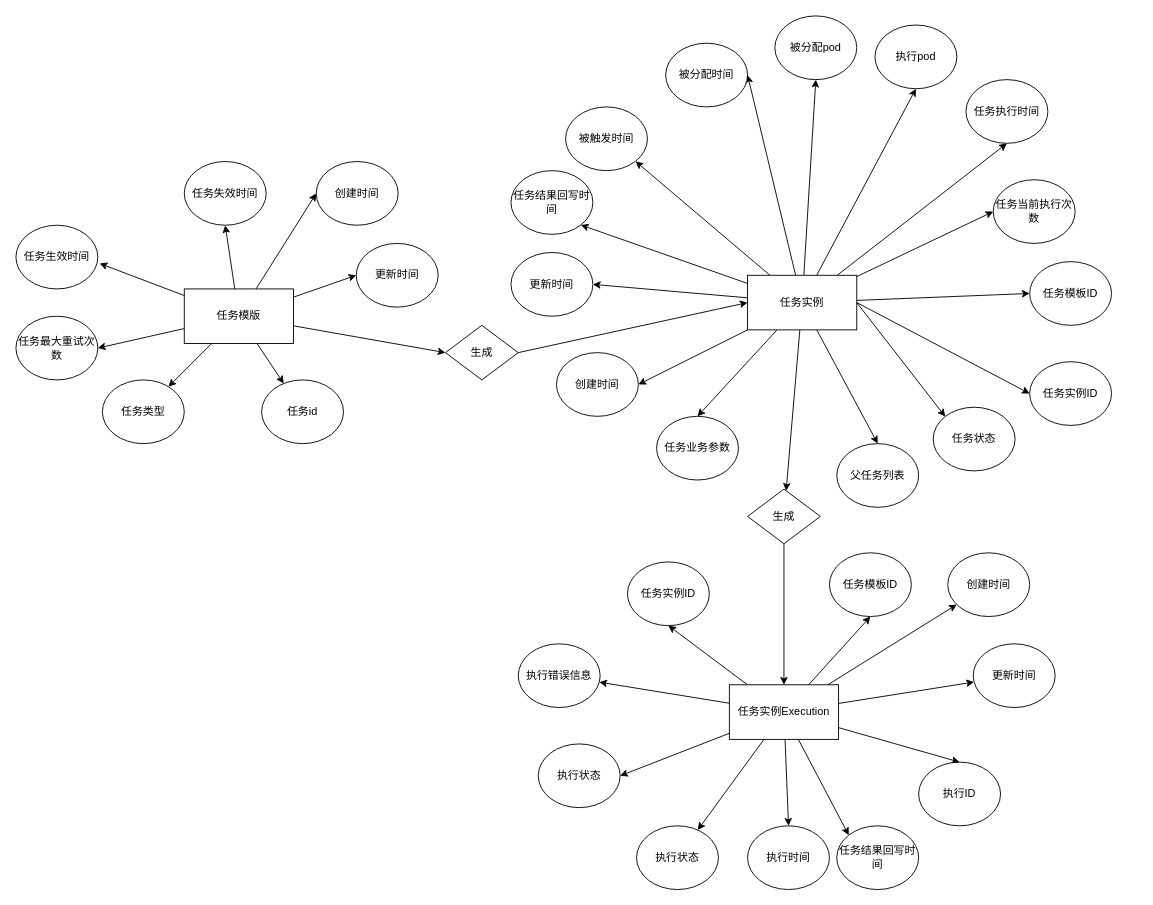
Earlier version of the draw.io diagram 顺序任务.drawio (DotDotGeng/drawio_pic). Source tidied: cells renumbered, new cells numbered last; positions are measured from the earlier drawing's top-left corner, leaving out a move shared by most shapes. Both pictures are drawn from the tidied source at 91%, with x=0, y=0 at pixel (15, 15).
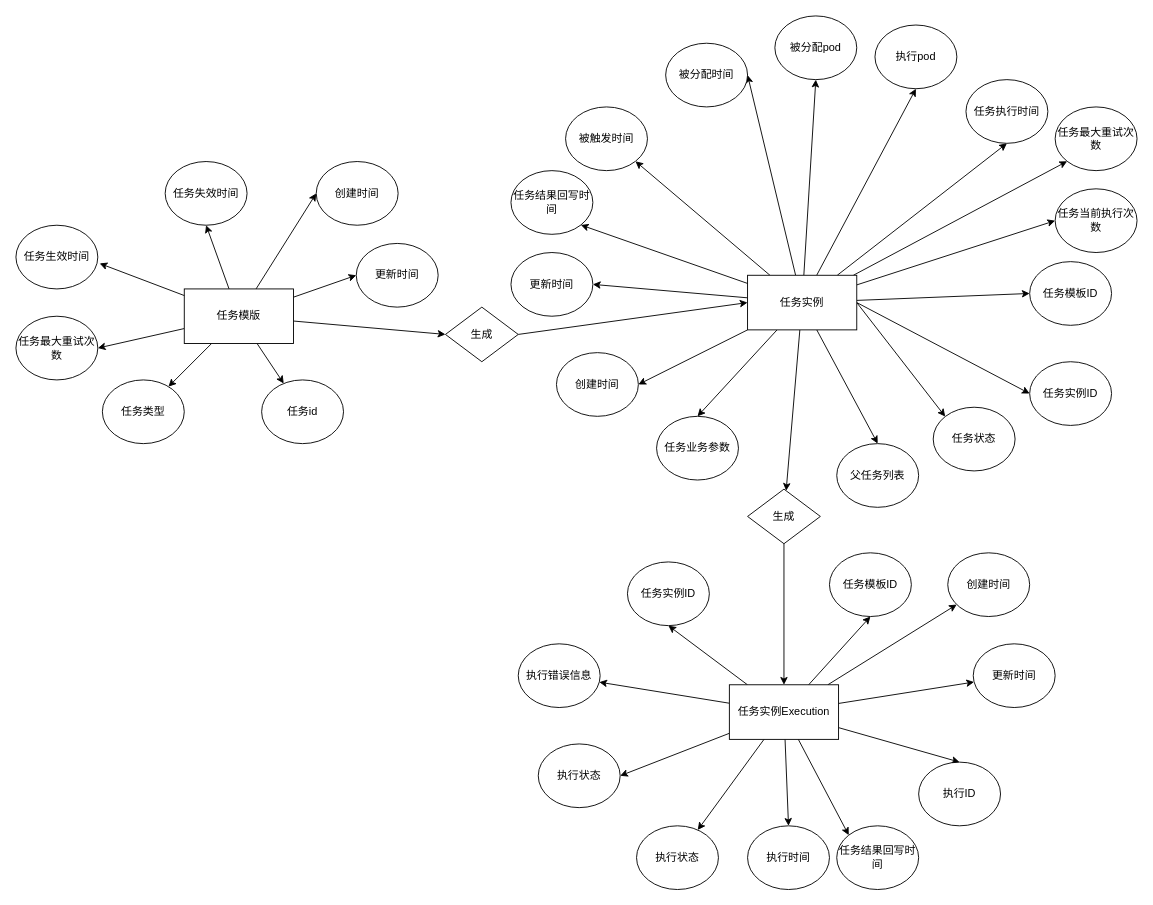
Above is the later version.

Commit message:
更新顺序任务.drawio

The change refers to these unchanged cells:
```xml
<mxCell id="19" value="任务实例" style="rounded=0;whiteSpace=wrap;html=1;" parent="1" vertex="1">
  <mxGeometry x="804" y="285" width="120" height="60" as="geometry" />
</mxCell>
```

What changed in the source:
```diff
@@
+    <mxCell id="73" style="rounded=0;jettySize=auto;html=1;entryX=0;entryY=1;entryDx=0;entryDy=0;" parent="1" edge="1" source="19" target="74">
+      <mxGeometry relative="1" as="geometry" />
+    </mxCell>
@@
     <mxCell id="41" value="任务失效时间" style="ellipse;whiteSpace=wrap;html=1;" parent="1" vertex="1">
-      <mxGeometry x="185" y="160" width="90" height="70" as="geometry" />
+      <mxGeometry x="164" y="160" width="90" height="70" as="geometry" />
     </mxCell>
@@
     <mxCell id="65" value="生成" style="rhombus;whiteSpace=wrap;html=1;" parent="1" vertex="1">
-      <mxGeometry x="472" y="340" width="80" height="60" as="geometry" />
+      <mxGeometry x="472" y="320" width="80" height="60" as="geometry" />
     </mxCell>
@@
     <mxCell id="72" value="任务当前执行次数" style="ellipse;whiteSpace=wrap;html=1;" parent="1" vertex="1">
-      <mxGeometry x="1074" y="180" width="90" height="70" as="geometry" />
+      <mxGeometry x="1142" y="190" width="90" height="70" as="geometry" />
     </mxCell>
+    <mxCell id="74" value="任务最大重试次数" style="ellipse;whiteSpace=wrap;html=1;" parent="1" vertex="1">
+      <mxGeometry x="1142" y="100" width="90" height="70" as="geometry" />
+    </mxCell>
```
